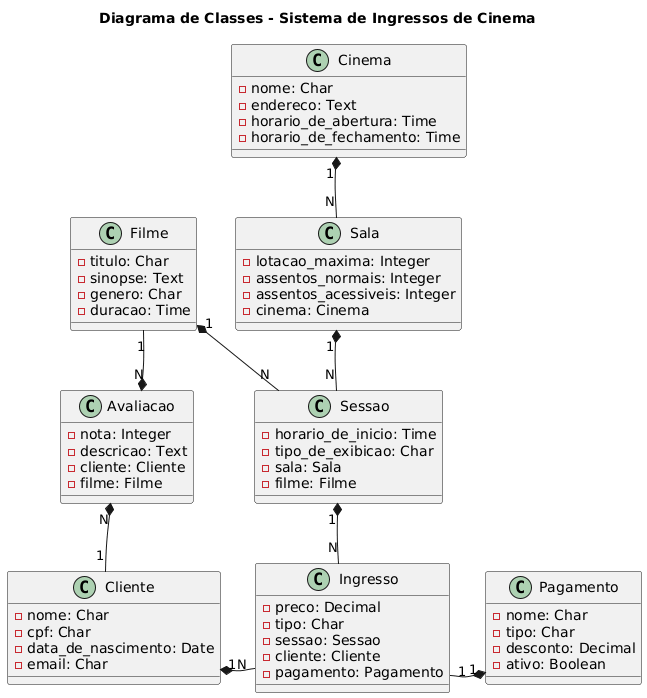
This is Sistema de Ingressos de Cinema.png from GabrielFleischmann/Backend-Sistema-de-Ingressos-de-Cinema, a PlantUML export, as it was before one commit.
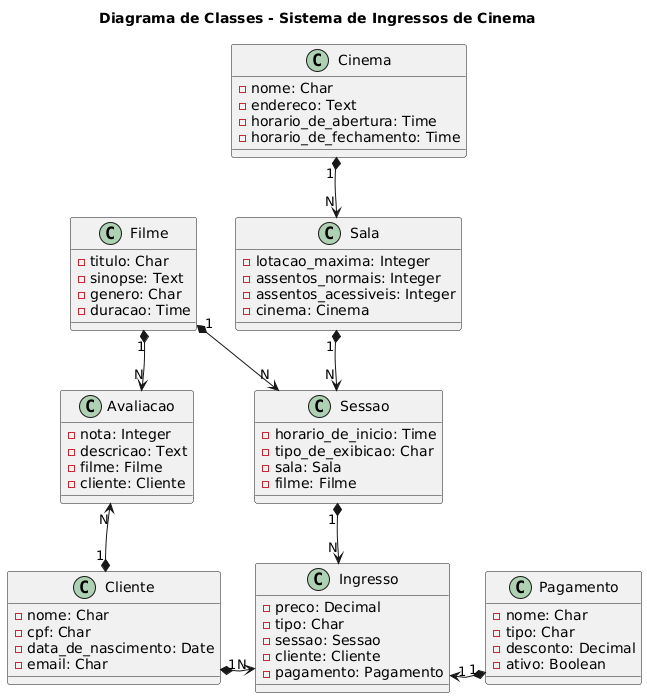
After the commit.

Commit message:
Correção do sentido das relações entre Filme e Cliente com Avaliação

The edit, as a diff of the source:
```diff
@@ -47,8 +47,8 @@
 class Avaliacao {
   -nota: Integer
   -descricao: Text
+  -filme: Filme
   -cliente: Cliente
-  -filme: Filme
 }
 
 class Pagamento {
@@ -58,14 +58,14 @@
   -ativo: Boolean
 }
 
-Cinema "1"*-- "N" Sala
-Sala "1"*-- "N" Sessao
-Sessao "1"*-- "N" Ingresso
-Filme "1"*-- "N" Sessao
-Pagamento "1"*-- "1" Ingresso
-Cliente "1"*-- "N" Ingresso
-Avaliacao "N"*-- "1" Cliente
-Avaliacao "N"*-- "1" Filme
+Cinema "1"*--> "N" Sala
+Sala "1"*--> "N" Sessao
+Sessao "1"*--> "N" Ingresso
+Filme "1"*--> "N" Sessao
+Pagamento "1"*--> "1" Ingresso
+Cliente "1"*--> "N" Ingresso
+Avaliacao "N"<--* "1" Cliente
+Avaliacao "N"<--* "1" Filme
 
 
 Cinema -[hidden]down-> Sala
```
